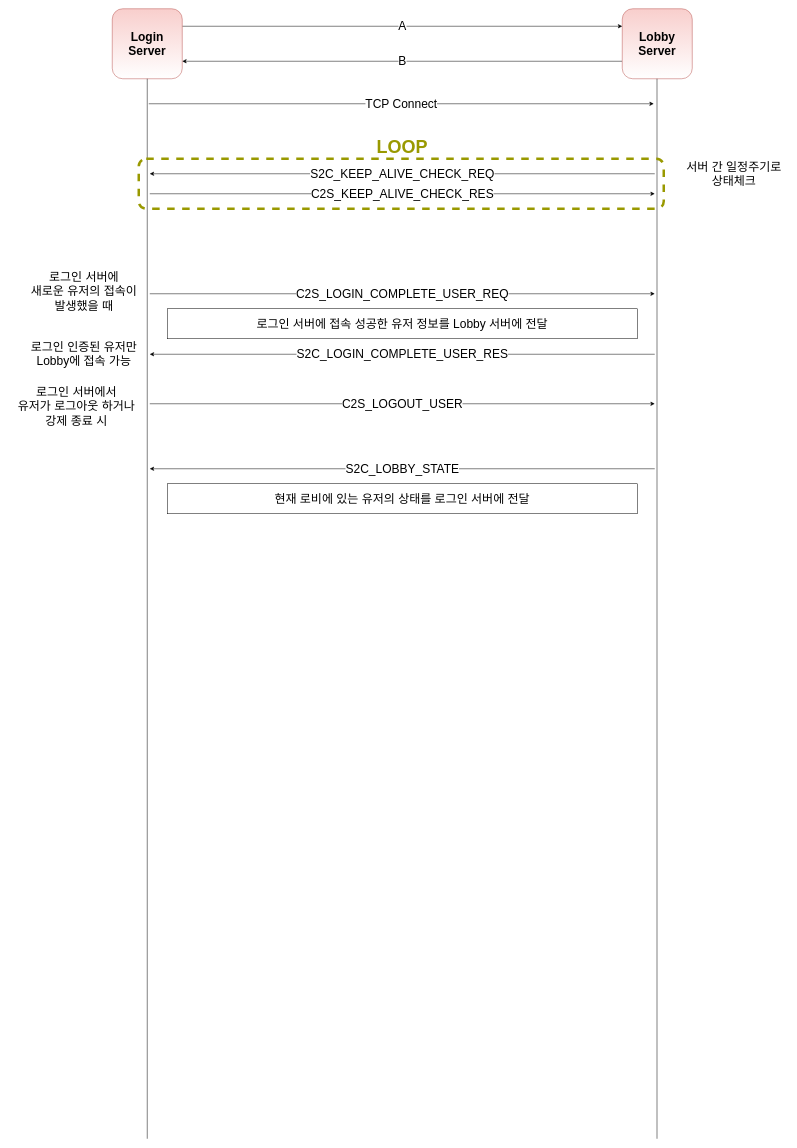
Earlier version of the draw.io diagram page "Login-Lobby(A,B)" (2 of 7) of Client_Server_Sequence.drawio (Donghyuks/DHServer). Source tidied: cells renumbered, new cells numbered last; positions are measured from the earlier drawing's top-left corner, leaving out a move shared by most shapes. Both pictures are drawn from the tidied source at 50%, with x=0, y=0 at pixel (8, 8).
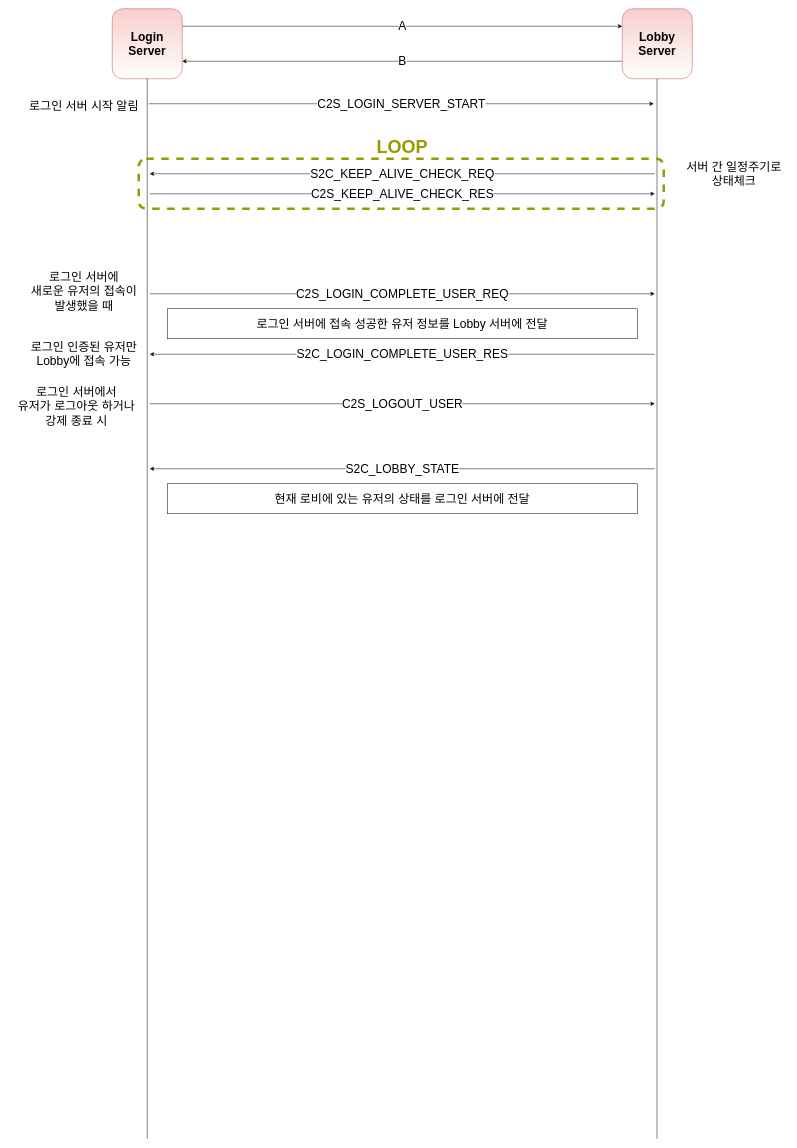
After the change.

The edit, as a diff of the source:
```diff
@@
-    <mxCell id="8" value="&lt;font style=&quot;font-size: 24px&quot;&gt;TCP Connect&lt;/font&gt;" style="endArrow=classic;html=1;rounded=0;" parent="1" edge="1">
+    <mxCell id="8" value="&lt;span style=&quot;font-size: 24px&quot;&gt;C2S_LOGIN_SERVER_START&lt;/span&gt;" style="endArrow=classic;html=1;rounded=0;" parent="1" edge="1">
       <mxGeometry relative="1" as="geometry">
         <mxPoint x="280" y="190" as="sourcePoint" />
         <mxPoint x="1290" y="190" as="targetPoint" />
       </mxGeometry>
     </mxCell>
@@
+    <mxCell id="23" value="로그인 서버 시작 알림" style="text;html=1;align=center;verticalAlign=middle;strokeColor=none;fillColor=none;fontSize=24;" parent="1" vertex="1">
+      <mxGeometry x="25" y="180" width="250" height="30" as="geometry" />
+    </mxCell>
```
